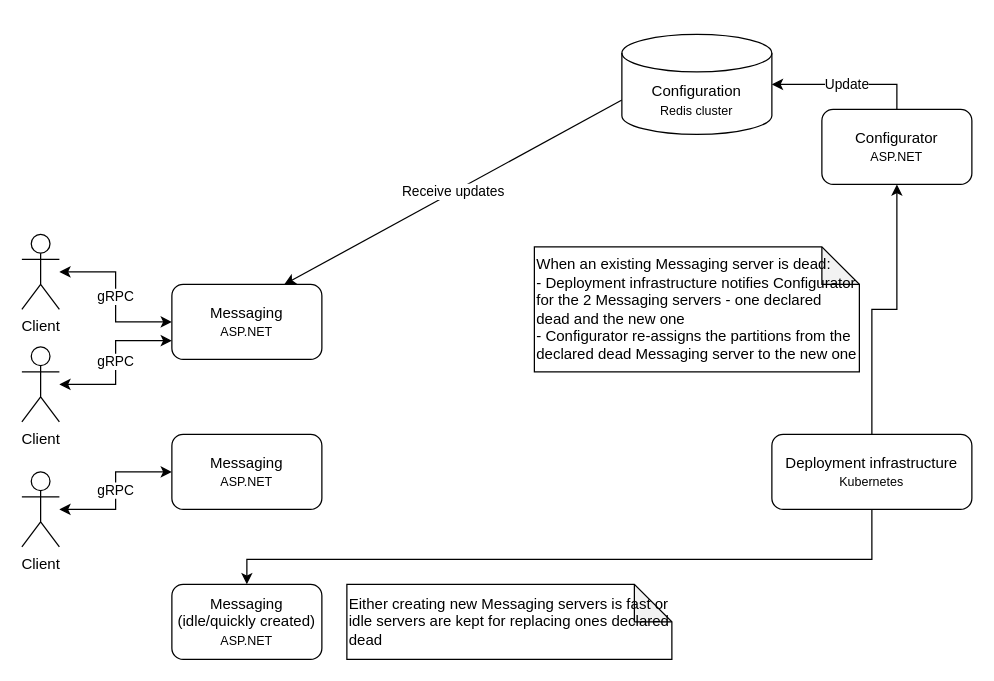
Above: docs/cecochat-06-failover.drawio in cvetomir-todorov/CecoChat (draw.io), before the change. Source tidied: cells renumbered, new cells numbered last; positions are measured from the earlier drawing's top-left corner, leaving out a move shared by most shapes. Both pictures are drawn from the tidied source at 125%, with x=0, y=0 at pixel (21, 34).
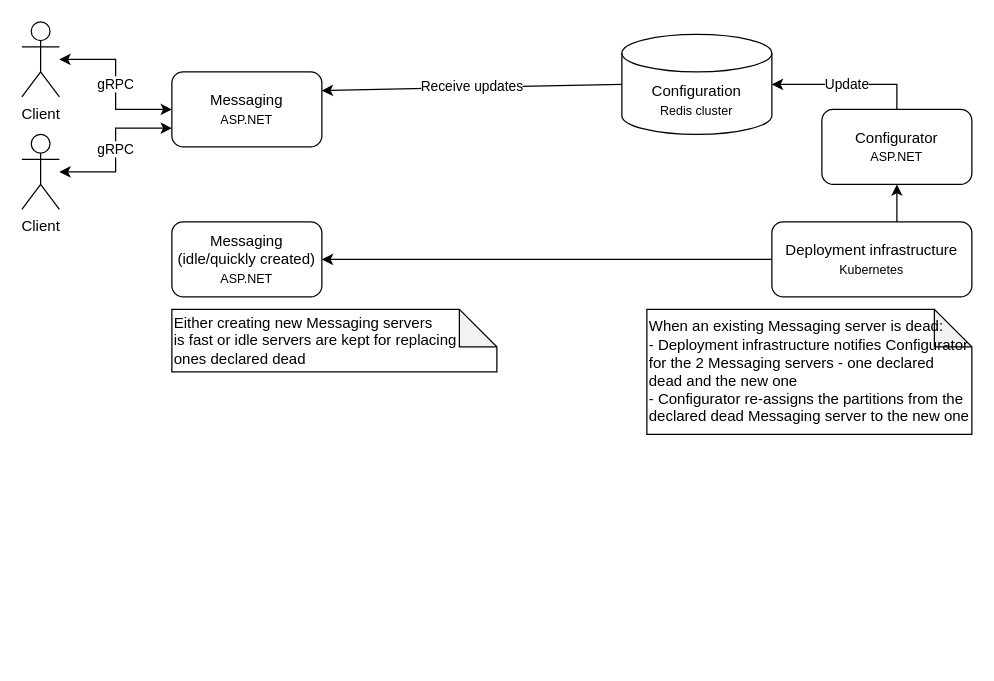
The same diagram, later.

Unchanged cells that the change refers to:
```xml
<mxCell id="11" value="Configurator&lt;br&gt;&lt;font style=&quot;font-size: 10px&quot;&gt;ASP.NET&lt;/font&gt;" style="rounded=1;whiteSpace=wrap;html=1;" parent="1" vertex="1">
  <mxGeometry x="640" y="60" width="120" height="60" as="geometry" />
</mxCell>
<mxCell id="13" value="Configuration&lt;br&gt;&lt;font style=&quot;font-size: 10px&quot;&gt;Redis cluster&lt;/font&gt;" style="shape=cylinder3;whiteSpace=wrap;html=1;boundedLbl=1;backgroundOutline=1;size=15;" parent="1" vertex="1">
  <mxGeometry x="480" width="120" height="80" as="geometry" />
</mxCell>
```

What changed in the source:
```diff
@@
     <mxCell id="3" value="Client" style="shape=umlActor;verticalLabelPosition=bottom;verticalAlign=top;html=1;outlineConnect=0;" parent="1" vertex="1">
-      <mxGeometry y="160" width="30" height="60" as="geometry" />
+      <mxGeometry y="-10" width="30" height="60" as="geometry" />
     </mxCell>
-    <mxCell id="4" value="gRPC" style="edgeStyle=orthogonalEdgeStyle;rounded=0;jettySize=auto;html=1;entryX=0;entryY=0.5;entryDx=0;entryDy=0;startArrow=classic;startFill=1;" parent="1" edge="1" source="5" target="9">
-      <mxGeometry relative="1" as="geometry" />
-    </mxCell>
-    <mxCell id="5" value="Client" style="shape=umlActor;verticalLabelPosition=bottom;verticalAlign=top;html=1;outlineConnect=0;" parent="1" vertex="1">
-      <mxGeometry y="350" width="30" height="60" as="geometry" />
-    </mxCell>
@@
     <mxCell id="7" value="Client" style="shape=umlActor;verticalLabelPosition=bottom;verticalAlign=top;html=1;outlineConnect=0;" parent="1" vertex="1">
-      <mxGeometry y="250" width="30" height="60" as="geometry" />
+      <mxGeometry y="80" width="30" height="60" as="geometry" />
     </mxCell>
     <mxCell id="8" value="&lt;font style=&quot;font-size: 12px&quot;&gt;Messaging&lt;/font&gt;&lt;br&gt;&lt;font style=&quot;font-size: 10px&quot;&gt;ASP.NET&lt;/font&gt;" style="rounded=1;whiteSpace=wrap;html=1;" parent="1" vertex="1">
-      <mxGeometry x="120" y="200" width="120" height="60" as="geometry" />
+      <mxGeometry x="120" y="30" width="120" height="60" as="geometry" />
     </mxCell>
-    <mxCell id="9" value="Messaging&lt;br&gt;&lt;font style=&quot;font-size: 10px&quot;&gt;ASP.NET&lt;/font&gt;" style="rounded=1;whiteSpace=wrap;html=1;" parent="1" vertex="1">
-      <mxGeometry x="120" y="320" width="120" height="60" as="geometry" />
-    </mxCell>
@@
-    <mxCell id="12" value="Receive updates" style="endArrow=classic;html=1;exitX=0;exitY=0;exitDx=0;exitDy=52.5;entryX=0.75;entryY=0;entryDx=0;entryDy=0;exitPerimeter=0;" parent="1" edge="1" source="13" target="8">
+    <mxCell id="12" value="Receive updates" style="endArrow=classic;html=1;exitX=0;exitY=0.5;exitDx=0;exitDy=0;entryX=1;entryY=0.25;entryDx=0;entryDy=0;exitPerimeter=0;" parent="1" edge="1" source="13" target="8">
       <mxGeometry relative="1" as="geometry" />
     </mxCell>
@@
     <mxCell id="14" style="edgeStyle=orthogonalEdgeStyle;rounded=0;jettySize=auto;html=1;entryX=0.5;entryY=1;entryDx=0;entryDy=0;" parent="1" edge="1" source="16" target="11">
-      <mxGeometry relative="1" as="geometry" />
+      <mxGeometry relative="1" as="geometry">
+        <Array as="points">
+          <mxPoint x="700" y="140" />
+          <mxPoint x="700" y="140" />
+        </Array>
+      </mxGeometry>
     </mxCell>
-    <mxCell id="15" style="edgeStyle=orthogonalEdgeStyle;rounded=0;jettySize=auto;html=1;entryX=0.5;entryY=0;entryDx=0;entryDy=0;" parent="1" edge="1" source="16" target="17">
+    <mxCell id="15" style="edgeStyle=orthogonalEdgeStyle;rounded=0;jettySize=auto;html=1;entryX=1;entryY=0.5;entryDx=0;entryDy=0;" parent="1" edge="1" source="16" target="17">
       <mxGeometry relative="1" as="geometry">
         <Array as="points">
-          <mxPoint x="680" y="420" />
-          <mxPoint x="180" y="420" />
+          <mxPoint x="450" y="180" />
+          <mxPoint x="450" y="180" />
         </Array>
       </mxGeometry>
     </mxCell>
     <mxCell id="16" value="Deployment infrastructure&lt;br&gt;&lt;font style=&quot;font-size: 10px&quot;&gt;Kubernetes&lt;/font&gt;" style="rounded=1;whiteSpace=wrap;html=1;" parent="1" vertex="1">
-      <mxGeometry x="600" y="320" width="160" height="60" as="geometry" />
+      <mxGeometry x="600" y="150" width="160" height="60" as="geometry" />
     </mxCell>
     <mxCell id="17" value="Messaging&lt;br&gt;(idle/quickly created)&lt;br&gt;&lt;font style=&quot;font-size: 10px&quot;&gt;ASP.NET&lt;/font&gt;" style="rounded=1;whiteSpace=wrap;html=1;" parent="1" vertex="1">
-      <mxGeometry x="120" y="440" width="120" height="60" as="geometry" />
+      <mxGeometry x="120" y="150" width="120" height="60" as="geometry" />
     </mxCell>
-    <mxCell id="18" value="&lt;div&gt;&lt;span&gt;Either creating new Messaging servers is fast or idle servers are kept for replacing ones declared dead&lt;/span&gt;&lt;/div&gt;" style="shape=note;whiteSpace=wrap;html=1;backgroundOutline=1;darkOpacity=0.05;align=left;" parent="1" vertex="1">
-      <mxGeometry x="260" y="440" width="260" height="60" as="geometry" />
+    <mxCell id="18" value="&lt;div&gt;&lt;span&gt;Either creating new Messaging servers&lt;/span&gt;&lt;/div&gt;&lt;div&gt;&lt;span&gt;is fast or idle servers are kept for replacing&lt;/span&gt;&lt;/div&gt;&lt;div&gt;&lt;span&gt;ones declared dead&lt;/span&gt;&lt;/div&gt;" style="shape=note;whiteSpace=wrap;html=1;backgroundOutline=1;darkOpacity=0.05;align=left;" parent="1" vertex="1">
+      <mxGeometry x="120" y="220" width="260" height="50" as="geometry" />
     </mxCell>
     <mxCell id="19" value="&lt;div&gt;&lt;span&gt;When an existing Messaging server is dead:&lt;/span&gt;&lt;/div&gt;&lt;div&gt;&lt;span&gt;- Deployment infrastructure notifies Configurator for the 2 Messaging servers - one declared dead and the new one&lt;/span&gt;&lt;/div&gt;&lt;div&gt;&lt;span&gt;- Configurator re-assigns the partitions from the declared dead Messaging server to the new one&lt;/span&gt;&lt;/div&gt;" style="shape=note;whiteSpace=wrap;html=1;backgroundOutline=1;darkOpacity=0.05;align=left;" parent="1" vertex="1">
-      <mxGeometry x="410" y="170" width="260" height="100" as="geometry" />
+      <mxGeometry x="500" y="220" width="260" height="100" as="geometry" />
     </mxCell>
```
